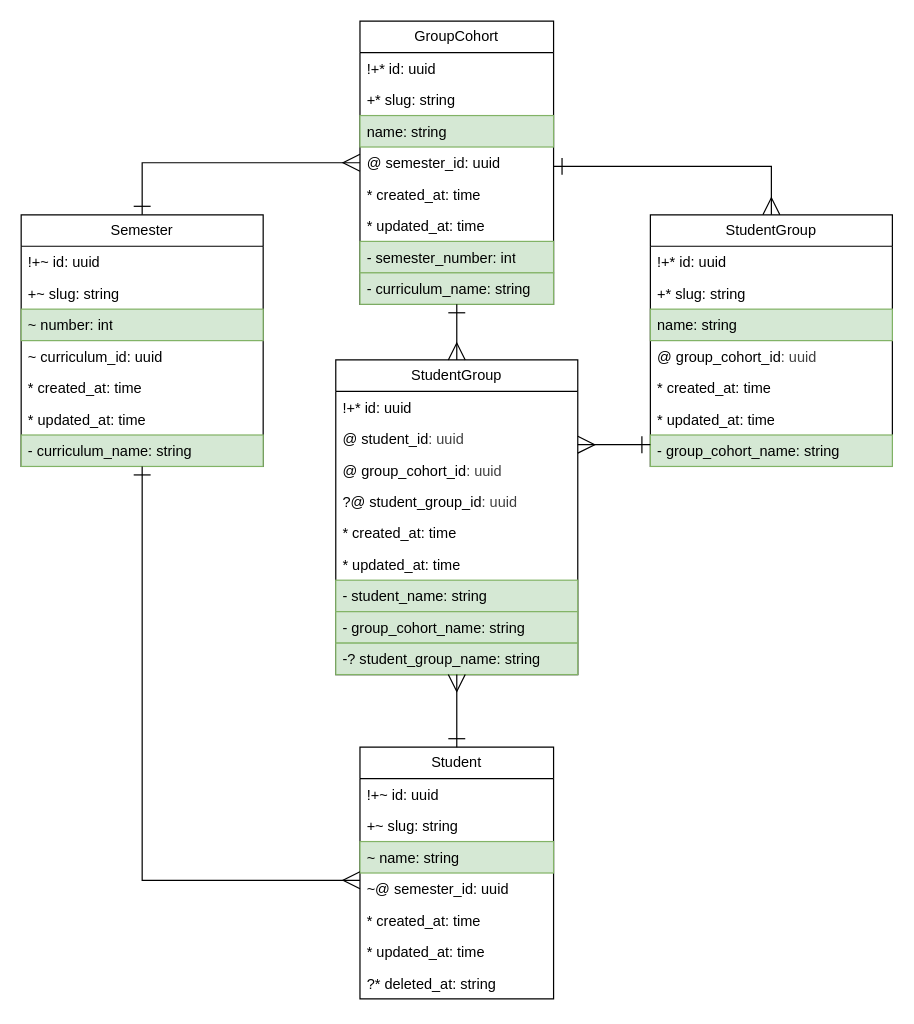
Earlier version of the draw.io diagram page "Student Group" (7 of 8) of docs/entity_relationship.drawio (IrusHunter/duckademic). Source tidied: cells renumbered, new cells numbered last; positions are measured from the earlier drawing's top-left corner, leaving out a move shared by most shapes. Both pictures are drawn from the tidied source at 121%, with x=0, y=0 at pixel (21, 21).
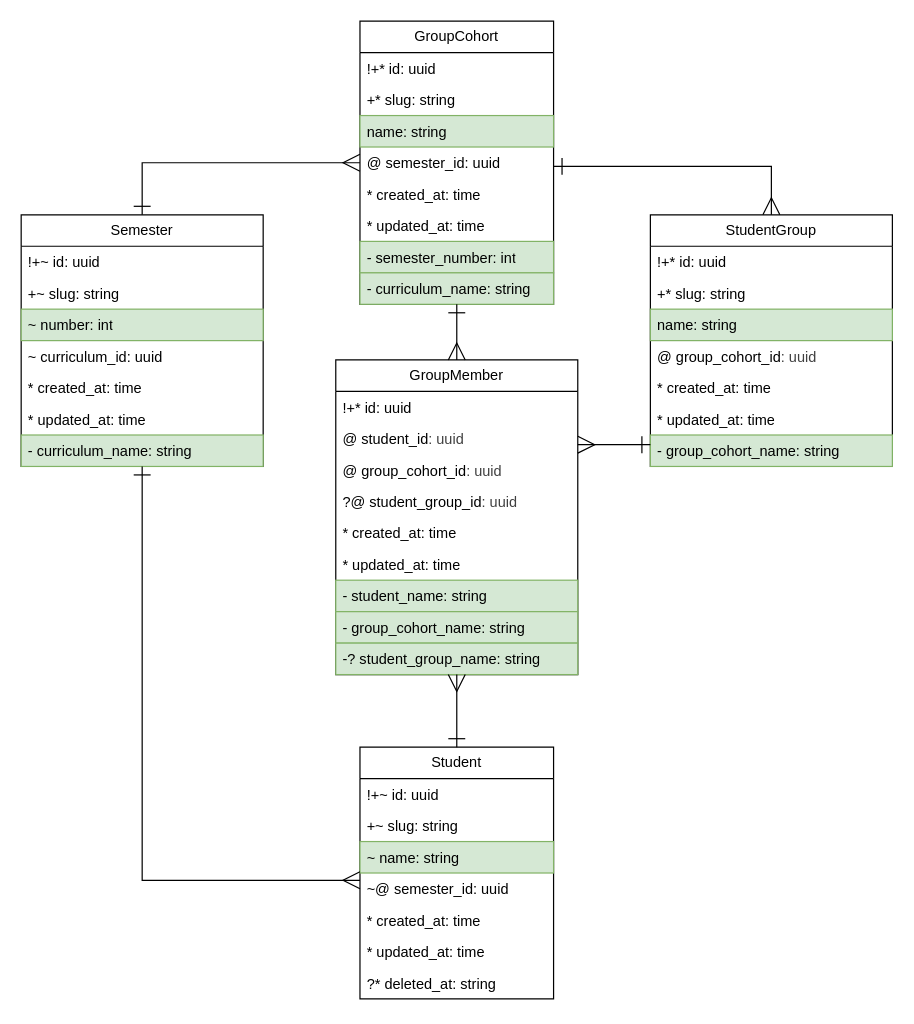
The same page after the edit.

Diff of the diagram source:
```diff
@@
-    <mxCell id="38" value="StudentGroup" style="swimlane;fontStyle=0;horizontal=1;startSize=26;fillColor=none;whiteSpace=wrap;html=1;" parent="1" vertex="1">
+    <mxCell id="38" value="GroupMember" style="swimlane;fontStyle=0;horizontal=1;startSize=26;fillColor=none;whiteSpace=wrap;html=1;" parent="1" vertex="1">
       <mxGeometry x="260" y="280" width="200" height="260" as="geometry" />
     </mxCell>
```
